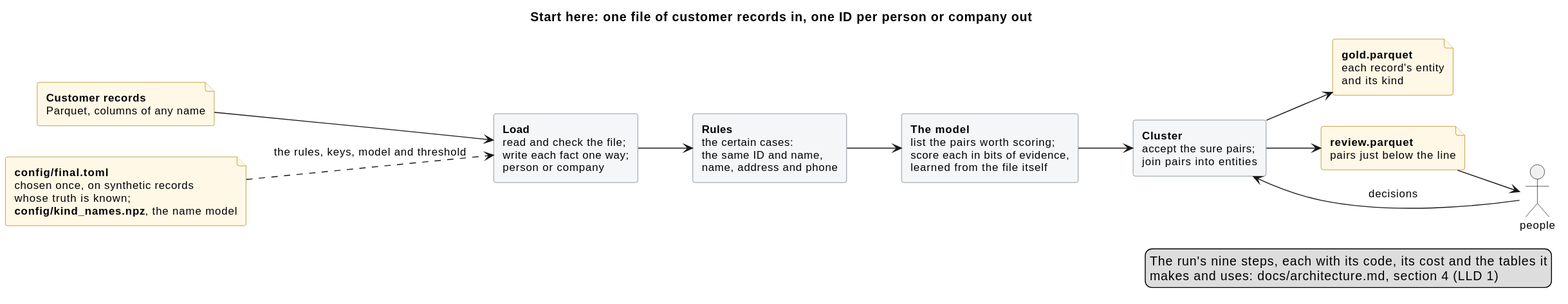
mvsbm/entity_matching keeps this PlantUML diagram as docs/diagrams/overview.svg. Above is the earlier version.
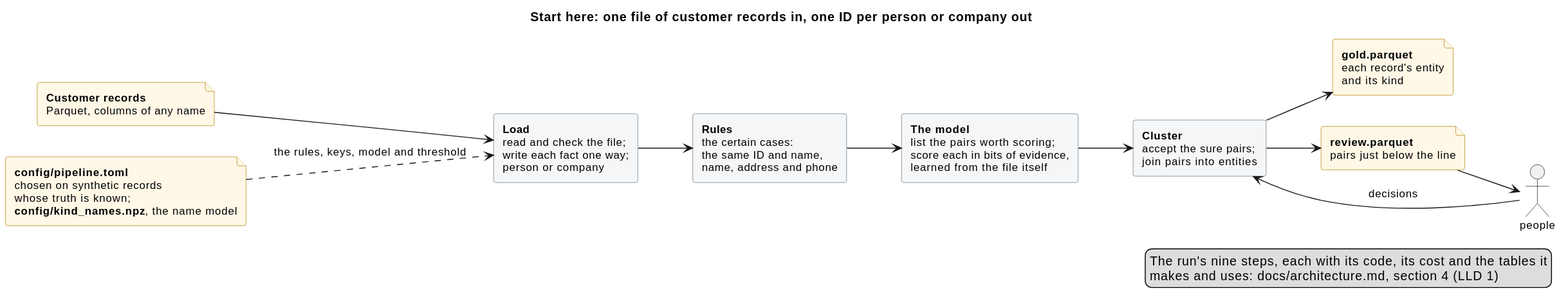
The same file after the commit.

What changed in the source:
```diff
@@ -19,7 +19,7 @@
 file "<b>gold.parquet</b>\neach record's entity\nand its kind" as gold
 file "<b>review.parquet</b>\npairs just below the line" as sheets
 actor "people" as people
-file "<b>config/final.toml</b>\nchosen once, on synthetic records\nwhose truth is known;\n<b>config/kind_names.npz</b>, the name model" as config
+file "<b>config/pipeline.toml</b>\nchosen on synthetic records\nwhose truth is known;\n<b>config/kind_names.npz</b>, the name model" as config
 
 input --> load
 load --> rules
```
